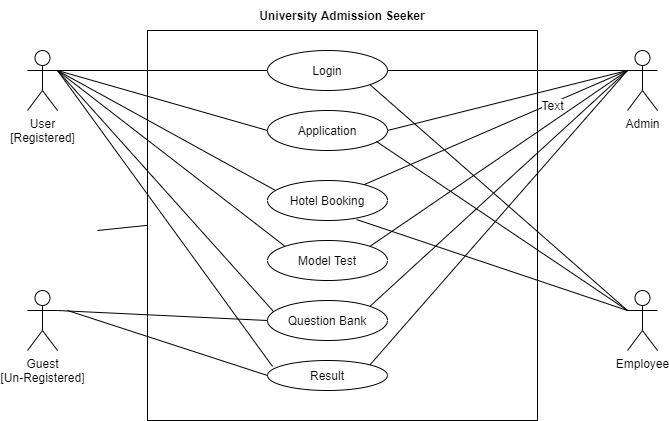
Above: useCase_diagram_uas.png in SabiulSabit/UML-Diagram-For-Project (draw.io), before the change. Source tidied: cells renumbered, new cells last; positions are measured from the earlier drawing's top-left corner, leaving out a move shared by most shapes. Its diagram source:
```xml
<mxGraphModel>
  <root>
    <mxCell id="0" />
    <mxCell id="1" parent="0" />
    <mxCell id="2" style="endArrow=none;html=1;exitX=1;exitY=0.5;exitDx=0;exitDy=0;entryX=0;entryY=0.5;entryDx=0;entryDy=0;" parent="1" edge="1">
      <mxGeometry relative="1" as="geometry">
        <mxPoint x="70" y="230" as="sourcePoint" />
        <mxPoint x="360" y="200" as="targetPoint" />
      </mxGeometry>
    </mxCell>
    <mxCell id="3" style="endArrow=none;html=1;exitX=1;exitY=0.5;exitDx=0;exitDy=0;entryX=0;entryY=0.5;entryDx=0;entryDy=0;" parent="1" edge="1">
      <mxGeometry relative="1" as="geometry">
        <mxPoint x="350" y="230" as="sourcePoint" />
        <mxPoint x="479" y="240" as="targetPoint" />
      </mxGeometry>
    </mxCell>
    <mxCell id="4" style="whiteSpace=wrap;html=1;" parent="1" vertex="1">
      <mxGeometry x="120" y="30" width="390" height="390" as="geometry" />
    </mxCell>
    <mxCell id="5" value="User&lt;br&gt;[Registered]" style="shape=umlActor;verticalLabelPosition=bottom;labelBackgroundColor=#ffffff;verticalAlign=top;html=1;outlineConnect=0;" parent="1" vertex="1">
      <mxGeometry y="50" width="30" height="60" as="geometry" />
    </mxCell>
    <mxCell id="6" value="University Admission Seeker" style="text;html=1;strokeColor=none;fillColor=none;align=center;verticalAlign=middle;whiteSpace=wrap;rounded=0;fontStyle=1;" parent="1" vertex="1">
      <mxGeometry x="230" width="170" height="30" as="geometry" />
    </mxCell>
    <mxCell id="7" value="Login" style="ellipse;whiteSpace=wrap;html=1;" parent="1" vertex="1">
      <mxGeometry x="240" y="50" width="120" height="40" as="geometry" />
    </mxCell>
    <mxCell id="8" value="Application" style="ellipse;whiteSpace=wrap;html=1;" parent="1" vertex="1">
      <mxGeometry x="240" y="110" width="120" height="40" as="geometry" />
    </mxCell>
    <mxCell id="9" value="Hotel Booking" style="ellipse;whiteSpace=wrap;html=1;" parent="1" vertex="1">
      <mxGeometry x="240" y="180" width="120" height="40" as="geometry" />
    </mxCell>
    <mxCell id="10" value="Question Bank" style="ellipse;whiteSpace=wrap;html=1;" parent="1" vertex="1">
      <mxGeometry x="240" y="300" width="120" height="40" as="geometry" />
    </mxCell>
    <mxCell id="11" value="Model Test" style="ellipse;whiteSpace=wrap;html=1;" parent="1" vertex="1">
      <mxGeometry x="240" y="240" width="120" height="40" as="geometry" />
    </mxCell>
    <mxCell id="12" value="Result" style="ellipse;whiteSpace=wrap;html=1;" parent="1" vertex="1">
      <mxGeometry x="240" y="360" width="120" height="30" as="geometry" />
    </mxCell>
    <mxCell id="13" style="endArrow=none;html=1;exitX=1;exitY=0.3333333333333333;exitDx=0;exitDy=0;exitPerimeter=0;" parent="1" edge="1" source="5">
      <mxGeometry relative="1" as="geometry">
        <mxPoint x="240" y="70" as="targetPoint" />
      </mxGeometry>
    </mxCell>
    <mxCell id="14" style="endArrow=none;html=1;entryX=1;entryY=0.3333333333333333;entryDx=0;entryDy=0;entryPerimeter=0;exitX=0;exitY=0.5;exitDx=0;exitDy=0;" parent="1" edge="1" source="8" target="5">
      <mxGeometry relative="1" as="geometry" />
    </mxCell>
    <mxCell id="15" style="endArrow=none;html=1;exitX=0.067;exitY=0.25;exitDx=0;exitDy=0;exitPerimeter=0;" parent="1" edge="1" source="9">
      <mxGeometry relative="1" as="geometry">
        <mxPoint x="30" y="70" as="targetPoint" />
      </mxGeometry>
    </mxCell>
    <mxCell id="16" style="endArrow=none;html=1;exitX=0;exitY=0;exitDx=0;exitDy=0;" parent="1" edge="1" source="11">
      <mxGeometry relative="1" as="geometry">
        <mxPoint x="30" y="70" as="targetPoint" />
      </mxGeometry>
    </mxCell>
    <mxCell id="17" style="endArrow=none;html=1;exitX=0.05;exitY=0.275;exitDx=0;exitDy=0;exitPerimeter=0;" parent="1" edge="1" source="10">
      <mxGeometry relative="1" as="geometry">
        <mxPoint x="30" y="70" as="targetPoint" />
      </mxGeometry>
    </mxCell>
    <mxCell id="18" style="endArrow=none;html=1;exitX=0.042;exitY=0.2;exitDx=0;exitDy=0;exitPerimeter=0;" parent="1" edge="1" source="12">
      <mxGeometry relative="1" as="geometry">
        <mxPoint x="30" y="70" as="targetPoint" />
      </mxGeometry>
    </mxCell>
    <mxCell id="19" value="Guest&lt;br&gt;[Un-Registered]" style="shape=umlActor;verticalLabelPosition=bottom;labelBackgroundColor=#ffffff;verticalAlign=top;html=1;outlineConnect=0;" parent="1" vertex="1">
      <mxGeometry y="290" width="30" height="60" as="geometry" />
    </mxCell>
    <mxCell id="20" style="endArrow=none;html=1;exitX=1;exitY=0.3333333333333333;exitDx=0;exitDy=0;exitPerimeter=0;entryX=0;entryY=0.5;entryDx=0;entryDy=0;" parent="1" edge="1" source="19" target="10">
      <mxGeometry relative="1" as="geometry" />
    </mxCell>
    <mxCell id="21" style="endArrow=none;html=1;entryX=0;entryY=0.5;entryDx=0;entryDy=0;" parent="1" edge="1" target="12">
      <mxGeometry relative="1" as="geometry">
        <mxPoint x="40" y="310" as="sourcePoint" />
      </mxGeometry>
    </mxCell>
    <mxCell id="22" value="Admin" style="shape=umlActor;verticalLabelPosition=bottom;labelBackgroundColor=#ffffff;verticalAlign=top;html=1;outlineConnect=0;" parent="1" vertex="1">
      <mxGeometry x="600" y="50" width="30" height="60" as="geometry" />
    </mxCell>
    <mxCell id="23" style="endArrow=none;html=1;entryX=1;entryY=0.5;entryDx=0;entryDy=0;" parent="1" edge="1" target="7">
      <mxGeometry relative="1" as="geometry">
        <mxPoint x="600" y="70" as="sourcePoint" />
        <Array as="points">
          <mxPoint x="600" y="70" />
        </Array>
      </mxGeometry>
    </mxCell>
    <mxCell id="24" style="endArrow=none;html=1;entryX=0;entryY=0.3333333333333333;entryDx=0;entryDy=0;entryPerimeter=0;exitX=1;exitY=0;exitDx=0;exitDy=0;" parent="1" edge="1" source="11" target="22">
      <mxGeometry relative="1" as="geometry" />
    </mxCell>
    <mxCell id="25" style="endArrow=none;html=1;exitX=1;exitY=0.5;exitDx=0;exitDy=0;" parent="1" edge="1" source="8">
      <mxGeometry relative="1" as="geometry">
        <mxPoint x="600" y="70" as="targetPoint" />
      </mxGeometry>
    </mxCell>
    <mxCell id="26" style="endArrow=none;html=1;" parent="1" edge="1" source="9">
      <mxGeometry relative="1" as="geometry">
        <mxPoint x="600" y="70" as="targetPoint" />
      </mxGeometry>
    </mxCell>
    <mxCell id="27" value="Text" style="text;html=1;align=center;verticalAlign=middle;labelBackgroundColor=#ffffff;" parent="26" vertex="1">
      <mxGeometry x="0.42" y="-2" relative="1" as="geometry" />
    </mxCell>
    <mxCell id="28" style="endArrow=none;html=1;exitX=1;exitY=0;exitDx=0;exitDy=0;" parent="1" edge="1" source="10">
      <mxGeometry relative="1" as="geometry">
        <mxPoint x="600" y="70" as="targetPoint" />
      </mxGeometry>
    </mxCell>
    <mxCell id="29" style="endArrow=none;html=1;entryX=0;entryY=0.3333333333333333;entryDx=0;entryDy=0;entryPerimeter=0;exitX=1;exitY=0;exitDx=0;exitDy=0;" parent="1" edge="1" source="12" target="22">
      <mxGeometry relative="1" as="geometry" />
    </mxCell>
    <mxCell id="30" value="Employee" style="shape=umlActor;verticalLabelPosition=bottom;labelBackgroundColor=#ffffff;verticalAlign=top;html=1;outlineConnect=0;" parent="1" vertex="1">
      <mxGeometry x="600" y="290" width="30" height="60" as="geometry" />
    </mxCell>
    <mxCell id="31" style="endArrow=none;html=1;entryX=0;entryY=0.3333333333333333;entryDx=0;entryDy=0;entryPerimeter=0;exitX=1;exitY=1;exitDx=0;exitDy=0;" parent="1" edge="1" source="7" target="30">
      <mxGeometry relative="1" as="geometry" />
    </mxCell>
    <mxCell id="32" style="endArrow=none;html=1;entryX=0;entryY=0.3333333333333333;entryDx=0;entryDy=0;entryPerimeter=0;exitX=0.742;exitY=0.975;exitDx=0;exitDy=0;exitPerimeter=0;" parent="1" edge="1" source="9" target="30">
      <mxGeometry relative="1" as="geometry" />
    </mxCell>
    <mxCell id="33" style="endArrow=none;html=1;exitX=0.908;exitY=0.775;exitDx=0;exitDy=0;exitPerimeter=0;" parent="1" edge="1" source="8">
      <mxGeometry relative="1" as="geometry">
        <mxPoint x="600" y="310" as="targetPoint" />
      </mxGeometry>
    </mxCell>
  </root>
</mxGraphModel>
```
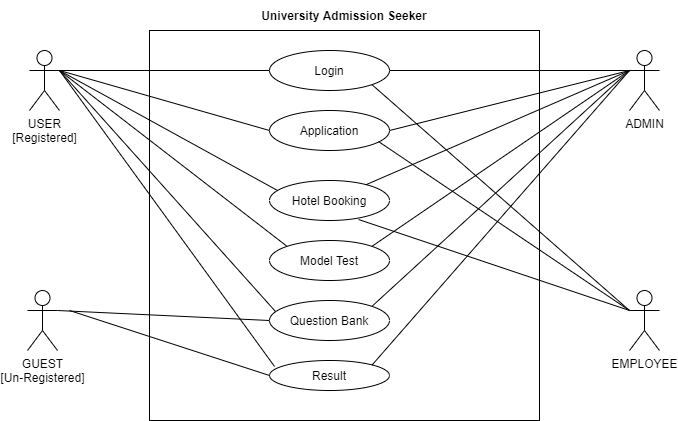
The same file after the commit.

Diff of the diagram source:
```diff
@@ -2,12 +2,6 @@
   <root>
     <mxCell id="0" />
     <mxCell id="1" parent="0" />
-    <mxCell id="2" style="endArrow=none;html=1;exitX=1;exitY=0.5;exitDx=0;exitDy=0;entryX=0;entryY=0.5;entryDx=0;entryDy=0;" parent="1" edge="1">
-      <mxGeometry relative="1" as="geometry">
-        <mxPoint x="70" y="230" as="sourcePoint" />
-        <mxPoint x="360" y="200" as="targetPoint" />
-      </mxGeometry>
-    </mxCell>
     <mxCell id="3" style="endArrow=none;html=1;exitX=1;exitY=0.5;exitDx=0;exitDy=0;entryX=0;entryY=0.5;entryDx=0;entryDy=0;" parent="1" edge="1">
       <mxGeometry relative="1" as="geometry">
         <mxPoint x="350" y="230" as="sourcePoint" />
@@ -17,7 +11,7 @@
     <mxCell id="4" style="whiteSpace=wrap;html=1;" parent="1" vertex="1">
       <mxGeometry x="120" y="30" width="390" height="390" as="geometry" />
     </mxCell>
-    <mxCell id="5" value="User&lt;br&gt;[Registered]" style="shape=umlActor;verticalLabelPosition=bottom;labelBackgroundColor=#ffffff;verticalAlign=top;html=1;outlineConnect=0;" parent="1" vertex="1">
+    <mxCell id="5" value="USER&lt;br&gt;[Registered]" style="shape=umlActor;verticalLabelPosition=bottom;labelBackgroundColor=#ffffff;verticalAlign=top;html=1;outlineConnect=0;" parent="1" vertex="1">
       <mxGeometry y="50" width="30" height="60" as="geometry" />
     </mxCell>
     <mxCell id="6" value="University Admission Seeker" style="text;html=1;strokeColor=none;fillColor=none;align=center;verticalAlign=middle;whiteSpace=wrap;rounded=0;fontStyle=1;" parent="1" vertex="1">
@@ -69,8 +63,8 @@
         <mxPoint x="30" y="70" as="targetPoint" />
       </mxGeometry>
     </mxCell>
-    <mxCell id="19" value="Guest&lt;br&gt;[Un-Registered]" style="shape=umlActor;verticalLabelPosition=bottom;labelBackgroundColor=#ffffff;verticalAlign=top;html=1;outlineConnect=0;" parent="1" vertex="1">
-      <mxGeometry y="290" width="30" height="60" as="geometry" />
+    <mxCell id="19" value="GUEST&lt;br&gt;[Un-Registered]" style="shape=umlActor;verticalLabelPosition=bottom;labelBackgroundColor=#ffffff;verticalAlign=top;html=1;outlineConnect=0;" parent="1" vertex="1">
+      <mxGeometry x="-2" y="290" width="30" height="60" as="geometry" />
     </mxCell>
     <mxCell id="20" style="endArrow=none;html=1;exitX=1;exitY=0.3333333333333333;exitDx=0;exitDy=0;exitPerimeter=0;entryX=0;entryY=0.5;entryDx=0;entryDy=0;" parent="1" edge="1" source="19" target="10">
       <mxGeometry relative="1" as="geometry" />
@@ -80,7 +74,7 @@
         <mxPoint x="40" y="310" as="sourcePoint" />
       </mxGeometry>
     </mxCell>
-    <mxCell id="22" value="Admin" style="shape=umlActor;verticalLabelPosition=bottom;labelBackgroundColor=#ffffff;verticalAlign=top;html=1;outlineConnect=0;" parent="1" vertex="1">
+    <mxCell id="22" value="ADMIN" style="shape=umlActor;verticalLabelPosition=bottom;labelBackgroundColor=#ffffff;verticalAlign=top;html=1;outlineConnect=0;" parent="1" vertex="1">
       <mxGeometry x="600" y="50" width="30" height="60" as="geometry" />
     </mxCell>
     <mxCell id="23" style="endArrow=none;html=1;entryX=1;entryY=0.5;entryDx=0;entryDy=0;" parent="1" edge="1" target="7">
@@ -104,9 +98,6 @@
         <mxPoint x="600" y="70" as="targetPoint" />
       </mxGeometry>
     </mxCell>
-    <mxCell id="27" value="Text" style="text;html=1;align=center;verticalAlign=middle;labelBackgroundColor=#ffffff;" parent="26" vertex="1">
-      <mxGeometry x="0.42" y="-2" relative="1" as="geometry" />
-    </mxCell>
     <mxCell id="28" style="endArrow=none;html=1;exitX=1;exitY=0;exitDx=0;exitDy=0;" parent="1" edge="1" source="10">
       <mxGeometry relative="1" as="geometry">
         <mxPoint x="600" y="70" as="targetPoint" />
@@ -115,7 +106,7 @@
     <mxCell id="29" style="endArrow=none;html=1;entryX=0;entryY=0.3333333333333333;entryDx=0;entryDy=0;entryPerimeter=0;exitX=1;exitY=0;exitDx=0;exitDy=0;" parent="1" edge="1" source="12" target="22">
       <mxGeometry relative="1" as="geometry" />
     </mxCell>
-    <mxCell id="30" value="Employee" style="shape=umlActor;verticalLabelPosition=bottom;labelBackgroundColor=#ffffff;verticalAlign=top;html=1;outlineConnect=0;" parent="1" vertex="1">
+    <mxCell id="30" value="EMPLOYEE" style="shape=umlActor;verticalLabelPosition=bottom;labelBackgroundColor=#ffffff;verticalAlign=top;html=1;outlineConnect=0;" parent="1" vertex="1">
       <mxGeometry x="600" y="290" width="30" height="60" as="geometry" />
     </mxCell>
     <mxCell id="31" style="endArrow=none;html=1;entryX=0;entryY=0.3333333333333333;entryDx=0;entryDy=0;entryPerimeter=0;exitX=1;exitY=1;exitDx=0;exitDy=0;" parent="1" edge="1" source="7" target="30">
```
